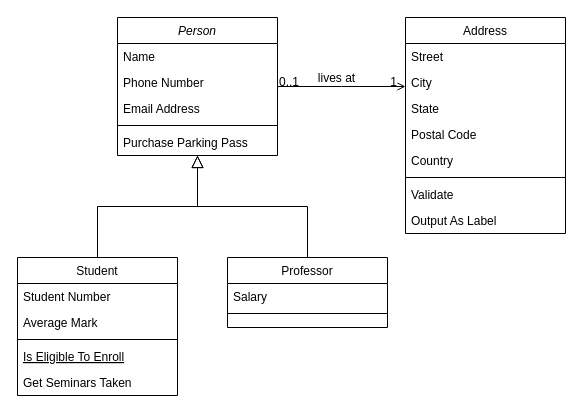
Earlier version of the draw.io diagram Untitled Diagram.drawio (olo667/WebWatchDog). Source tidied: cells renumbered, new cells numbered last; positions are measured from the earlier drawing's top-left corner, leaving out a move shared by most shapes. Both pictures are drawn from the tidied source at 100%, with x=0, y=0 at pixel (17, 17).
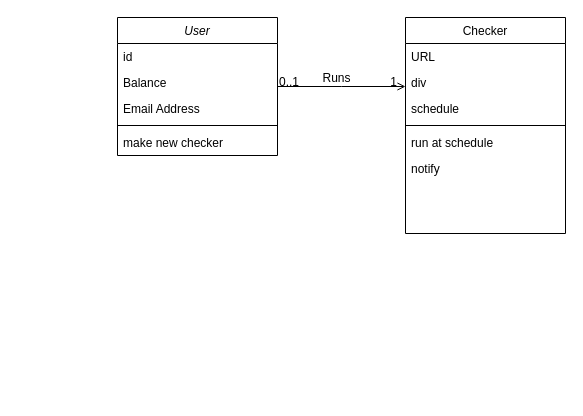
The same page after the edit.

Commit message:
user model

Unchanged cells that the change refers to:
```xml
<mxCell id="28" style="endArrow=open;shadow=0;strokeWidth=1;rounded=0;endFill=1;edgeStyle=elbowEdgeStyle;elbow=vertical;" parent="1" edge="1" source="2" target="19">
  <mxGeometry x="0.5" y="41" relative="1" as="geometry">
    <mxPoint x="-40" y="32" as="offset" />
  </mxGeometry>
</mxCell>
```

Change to the diagram source:
```diff
@@
-    <mxCell id="2" value="Person" style="swimlane;fontStyle=2;align=center;verticalAlign=top;horizontal=1;startSize=26;rounded=0;shadow=0;strokeWidth=1;" parent="1" vertex="1">
+    <mxCell id="2" value="User" style="swimlane;fontStyle=2;align=center;verticalAlign=top;horizontal=1;startSize=26;rounded=0;shadow=0;strokeWidth=1;" parent="1" vertex="1">
       <mxGeometry x="100" width="160" height="138" as="geometry" />
     </mxCell>
-    <mxCell id="3" value="Name" style="text;align=left;verticalAlign=top;spacingLeft=4;spacingRight=4;overflow=hidden;" parent="2" vertex="1">
+    <mxCell id="3" value="id" style="text;align=left;verticalAlign=top;spacingLeft=4;spacingRight=4;overflow=hidden;" parent="2" vertex="1">
       <mxGeometry y="26" width="160" height="26" as="geometry" />
     </mxCell>
-    <mxCell id="4" value="Phone Number" style="text;align=left;verticalAlign=top;spacingLeft=4;spacingRight=4;overflow=hidden;rounded=0;shadow=0;html=0;" parent="2" vertex="1">
+    <mxCell id="4" value="Balance" style="text;align=left;verticalAlign=top;spacingLeft=4;spacingRight=4;overflow=hidden;rounded=0;shadow=0;html=0;" parent="2" vertex="1">
       <mxGeometry y="52" width="160" height="26" as="geometry" />
     </mxCell>
@@
-    <mxCell id="7" value="Purchase Parking Pass" style="text;align=left;verticalAlign=top;spacingLeft=4;spacingRight=4;overflow=hidden;" parent="2" vertex="1">
+    <mxCell id="7" value="make new checker" style="text;align=left;verticalAlign=top;spacingLeft=4;spacingRight=4;overflow=hidden;" parent="2" vertex="1">
       <mxGeometry y="112" width="160" height="26" as="geometry" />
     </mxCell>
-    <mxCell id="8" value="Student" style="swimlane;fontStyle=0;align=center;verticalAlign=top;horizontal=1;startSize=26;rounded=0;shadow=0;strokeWidth=1;" parent="1" vertex="1">
-      <mxGeometry y="240" width="160" height="138" as="geometry" />
-    </mxCell>
-    <mxCell id="9" value="Student Number" style="text;align=left;verticalAlign=top;spacingLeft=4;spacingRight=4;overflow=hidden;" parent="8" vertex="1">
-      <mxGeometry y="26" width="160" height="26" as="geometry" />
-    </mxCell>
-    <mxCell id="10" value="Average Mark" style="text;align=left;verticalAlign=top;spacingLeft=4;spacingRight=4;overflow=hidden;rounded=0;shadow=0;html=0;" parent="8" vertex="1">
-      <mxGeometry y="52" width="160" height="26" as="geometry" />
-    </mxCell>
-    <mxCell id="11" style="line;html=1;strokeWidth=1;align=left;verticalAlign=middle;spacingTop=-1;spacingLeft=3;spacingRight=3;labelPosition=right;" parent="8" vertex="1">
-      <mxGeometry y="78" width="160" height="8" as="geometry" />
-    </mxCell>
-    <mxCell id="12" value="Is Eligible To Enroll" style="text;align=left;verticalAlign=top;spacingLeft=4;spacingRight=4;overflow=hidden;fontStyle=4;" parent="8" vertex="1">
-      <mxGeometry y="86" width="160" height="26" as="geometry" />
-    </mxCell>
-    <mxCell id="13" value="Get Seminars Taken" style="text;align=left;verticalAlign=top;spacingLeft=4;spacingRight=4;overflow=hidden;" parent="8" vertex="1">
-      <mxGeometry y="112" width="160" height="26" as="geometry" />
-    </mxCell>
-    <mxCell id="14" style="endArrow=block;endSize=10;endFill=0;shadow=0;strokeWidth=1;rounded=0;edgeStyle=elbowEdgeStyle;elbow=vertical;" parent="1" edge="1" source="8" target="2">
-      <mxGeometry relative="1" as="geometry" />
-    </mxCell>
-    <mxCell id="15" value="Professor" style="swimlane;fontStyle=0;align=center;verticalAlign=top;horizontal=1;startSize=26;rounded=0;shadow=0;strokeWidth=1;" parent="1" vertex="1">
-      <mxGeometry x="210" y="240" width="160" height="70" as="geometry" />
-    </mxCell>
-    <mxCell id="16" value="Salary" style="text;align=left;verticalAlign=top;spacingLeft=4;spacingRight=4;overflow=hidden;" parent="15" vertex="1">
-      <mxGeometry y="26" width="160" height="26" as="geometry" />
-    </mxCell>
-    <mxCell id="17" style="line;html=1;strokeWidth=1;align=left;verticalAlign=middle;spacingTop=-1;spacingLeft=3;spacingRight=3;labelPosition=right;" parent="15" vertex="1">
-      <mxGeometry y="52" width="160" height="8" as="geometry" />
-    </mxCell>
-    <mxCell id="18" style="endArrow=block;endSize=10;endFill=0;shadow=0;strokeWidth=1;rounded=0;edgeStyle=elbowEdgeStyle;elbow=vertical;" parent="1" edge="1" source="15" target="2">
-      <mxGeometry relative="1" as="geometry" />
-    </mxCell>
-    <mxCell id="19" value="Address" style="swimlane;fontStyle=0;align=center;verticalAlign=top;horizontal=1;startSize=26;rounded=0;shadow=0;strokeWidth=1;" parent="1" vertex="1">
+    <mxCell id="19" value="Checker" style="swimlane;fontStyle=0;align=center;verticalAlign=top;horizontal=1;startSize=26;rounded=0;shadow=0;strokeWidth=1;" parent="1" vertex="1">
       <mxGeometry x="388" width="160" height="216" as="geometry" />
     </mxCell>
-    <mxCell id="20" value="Street" style="text;align=left;verticalAlign=top;spacingLeft=4;spacingRight=4;overflow=hidden;" parent="19" vertex="1">
+    <mxCell id="20" value="URL" style="text;align=left;verticalAlign=top;spacingLeft=4;spacingRight=4;overflow=hidden;" parent="19" vertex="1">
       <mxGeometry y="26" width="160" height="26" as="geometry" />
     </mxCell>
-    <mxCell id="21" value="City" style="text;align=left;verticalAlign=top;spacingLeft=4;spacingRight=4;overflow=hidden;rounded=0;shadow=0;html=0;" parent="19" vertex="1">
+    <mxCell id="21" value="div" style="text;align=left;verticalAlign=top;spacingLeft=4;spacingRight=4;overflow=hidden;rounded=0;shadow=0;html=0;" parent="19" vertex="1">
       <mxGeometry y="52" width="160" height="26" as="geometry" />
     </mxCell>
-    <mxCell id="22" value="State" style="text;align=left;verticalAlign=top;spacingLeft=4;spacingRight=4;overflow=hidden;rounded=0;shadow=0;html=0;" parent="19" vertex="1">
+    <mxCell id="22" value="schedule" style="text;align=left;verticalAlign=top;spacingLeft=4;spacingRight=4;overflow=hidden;rounded=0;shadow=0;html=0;" parent="19" vertex="1">
       <mxGeometry y="78" width="160" height="26" as="geometry" />
     </mxCell>
-    <mxCell id="23" value="Postal Code" style="text;align=left;verticalAlign=top;spacingLeft=4;spacingRight=4;overflow=hidden;rounded=0;shadow=0;html=0;" parent="19" vertex="1">
-      <mxGeometry y="104" width="160" height="26" as="geometry" />
-    </mxCell>
-    <mxCell id="24" value="Country" style="text;align=left;verticalAlign=top;spacingLeft=4;spacingRight=4;overflow=hidden;rounded=0;shadow=0;html=0;" parent="19" vertex="1">
-      <mxGeometry y="130" width="160" height="26" as="geometry" />
-    </mxCell>
     <mxCell id="25" style="line;html=1;strokeWidth=1;align=left;verticalAlign=middle;spacingTop=-1;spacingLeft=3;spacingRight=3;labelPosition=right;" parent="19" vertex="1">
-      <mxGeometry y="156" width="160" height="8" as="geometry" />
+      <mxGeometry y="104" width="160" height="8" as="geometry" />
     </mxCell>
-    <mxCell id="26" value="Validate" style="text;align=left;verticalAlign=top;spacingLeft=4;spacingRight=4;overflow=hidden;" parent="19" vertex="1">
-      <mxGeometry y="164" width="160" height="26" as="geometry" />
+    <mxCell id="26" value="run at schedule" style="text;align=left;verticalAlign=top;spacingLeft=4;spacingRight=4;overflow=hidden;" parent="19" vertex="1">
+      <mxGeometry y="112" width="160" height="26" as="geometry" />
     </mxCell>
-    <mxCell id="27" value="Output As Label" style="text;align=left;verticalAlign=top;spacingLeft=4;spacingRight=4;overflow=hidden;" parent="19" vertex="1">
-      <mxGeometry y="190" width="160" height="26" as="geometry" />
+    <mxCell id="27" value="notify" style="text;align=left;verticalAlign=top;spacingLeft=4;spacingRight=4;overflow=hidden;" parent="19" vertex="1">
+      <mxGeometry y="138" width="160" height="26" as="geometry" />
     </mxCell>
@@
-    <mxCell id="31" value="lives at" style="text;html=1;align=center;verticalAlign=middle;labelBackgroundColor=none;rounded=0;shadow=0;strokeWidth=1;fontSize=12;" parent="28" vertex="1">
+    <mxCell id="31" value="Runs" style="text;html=1;align=center;verticalAlign=middle;labelBackgroundColor=none;rounded=0;shadow=0;strokeWidth=1;fontSize=12;" parent="28" vertex="1">
       <mxGeometry x="0.5" y="49" relative="1" as="geometry">
         <mxPoint x="-38" y="40" as="offset" />
       </mxGeometry>
     </mxCell>
```
